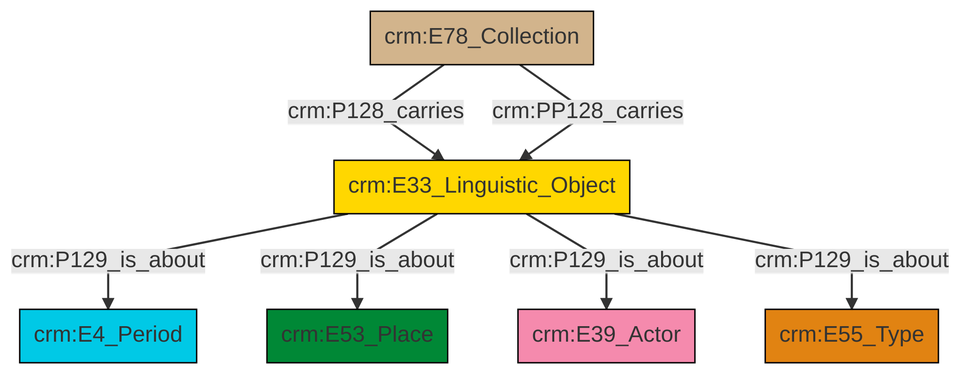
swiss-art-research-net/docs.swissartresearch keeps this Mermaid diagram as et/archivalCSV/ttl/mmd/png/archival_aboutness.png. Above is the earlier version. Its source is kept beside it as et/archivalCSV/ttl/mmd/archival_aboutness.ttl.mmd.
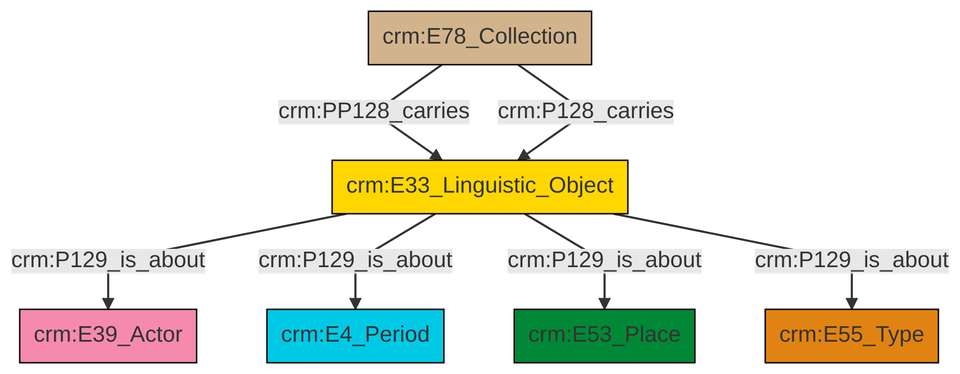
After the change.

The edit, as a diff of the source:
```diff
@@ -13,9 +13,9 @@
 classDef PC_Classes fill:#4ce600, stroke:#000000;
 classDef Multi fill:#cccccc,stroke:#000000;
 
-0["crm:E78_Collection"]:::Physical_Thing -->|crm:P128_carries| 1["crm:E33_Linguistic_Object"]:::Conceptual_Object
-0["crm:E78_Collection"]:::Physical_Thing -->|crm:PP128_carries| 1["crm:E33_Linguistic_Object"]:::Conceptual_Object
-1["crm:E33_Linguistic_Object"]:::Conceptual_Object -->|crm:P129_is_about| 2["crm:E4_Period"]:::Temporal_Entity
-1["crm:E33_Linguistic_Object"]:::Conceptual_Object -->|crm:P129_is_about| 4["crm:E53_Place"]:::Place
-1["crm:E33_Linguistic_Object"]:::Conceptual_Object -->|crm:P129_is_about| 5["crm:E39_Actor"]:::Actor
-1["crm:E33_Linguistic_Object"]:::Conceptual_Object -->|crm:P129_is_about| 9["crm:E55_Type"]:::Type
+0["crm:E33_Linguistic_Object"]:::Conceptual_Object -->|crm:P129_is_about| 2["crm:E39_Actor"]:::Actor
+3["crm:E78_Collection"]:::Physical_Thing -->|crm:PP128_carries| 0["crm:E33_Linguistic_Object"]:::Conceptual_Object
+0["crm:E33_Linguistic_Object"]:::Conceptual_Object -->|crm:P129_is_about| 4["crm:E4_Period"]:::Temporal_Entity
+0["crm:E33_Linguistic_Object"]:::Conceptual_Object -->|crm:P129_is_about| 6["crm:E53_Place"]:::Place
+3["crm:E78_Collection"]:::Physical_Thing -->|crm:P128_carries| 0["crm:E33_Linguistic_Object"]:::Conceptual_Object
+0["crm:E33_Linguistic_Object"]:::Conceptual_Object -->|crm:P129_is_about| 7["crm:E55_Type"]:::Type
```
